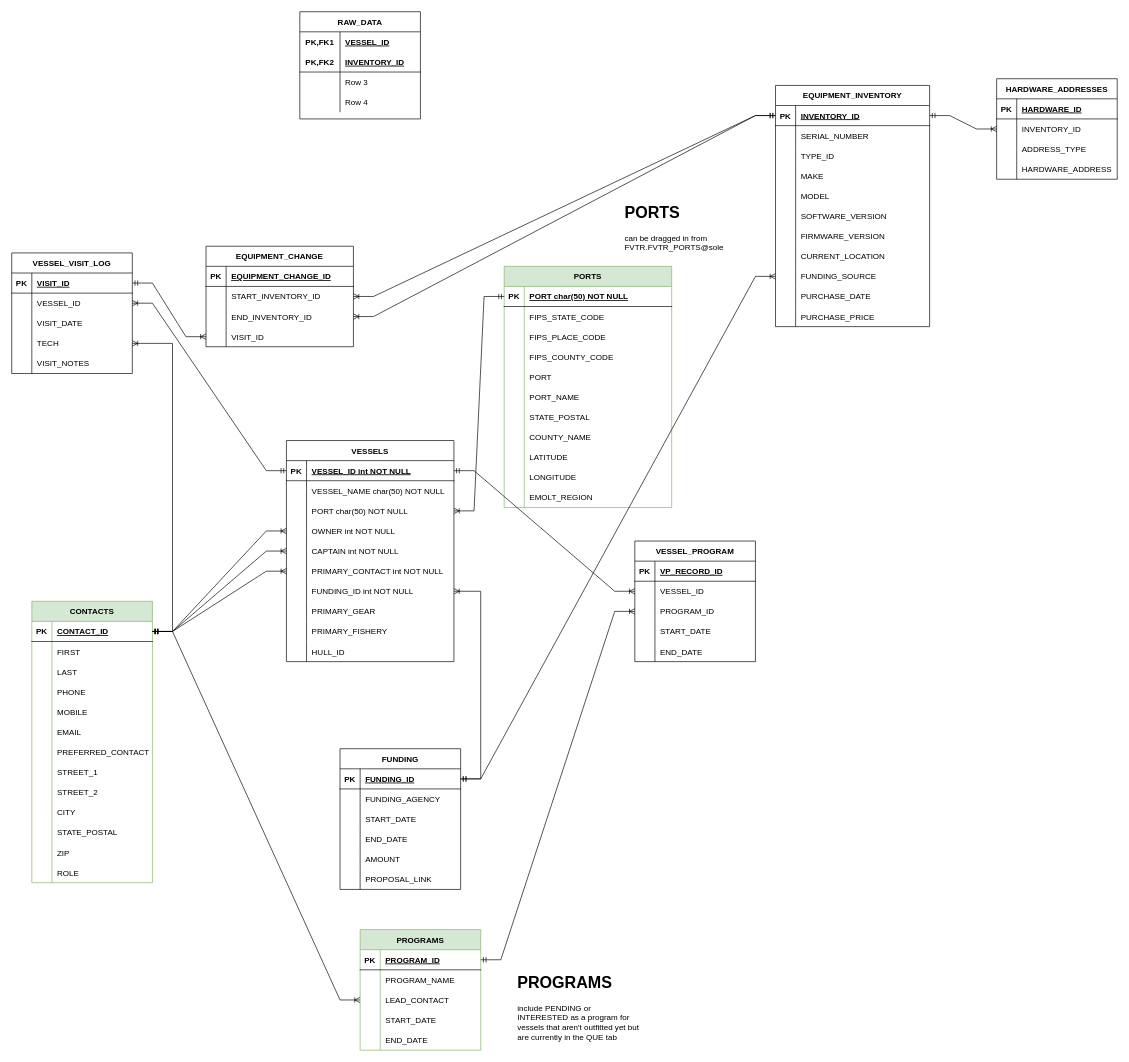
Earlier version of the draw.io diagram eMOLT.drawio (GMaynard1/emolt_project_management). Source tidied: cells renumbered, new cells numbered last; positions are measured from the earlier drawing's top-left corner, leaving out a move shared by most shapes. Both pictures are drawn from the tidied source at 67%, with x=0, y=0 at pixel (11, 11).
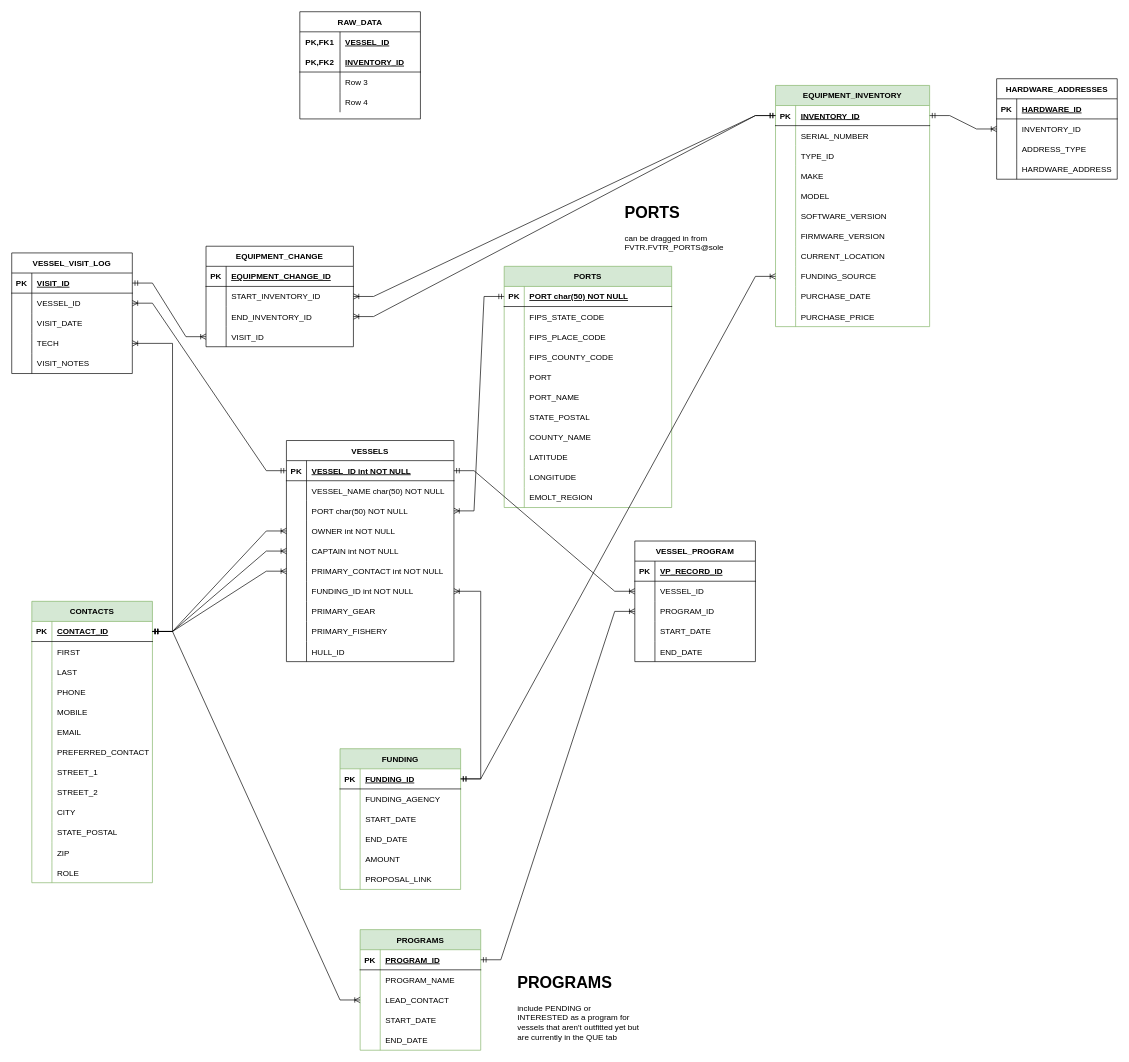
The same page after the edit.

What changed in the source:
```diff
@@
-    <mxCell id="128" value="FUNDING" style="shape=table;startSize=30;childLayout=tableLayout;rowLines=0;fontStyle=1;align=center;" parent="1" vertex="1">
+    <mxCell id="128" value="FUNDING" style="shape=table;startSize=30;childLayout=tableLayout;rowLines=0;fontStyle=1;align=center;fillColor=#d5e8d4;strokeColor=#82b366;" parent="1" vertex="1">
       <mxGeometry x="490" y="1100" width="180" height="210" as="geometry" />
     </mxCell>
@@
-    <mxCell id="179" value="EQUIPMENT_INVENTORY" style="shape=table;startSize=30;childLayout=tableLayout;rowLines=0;fontStyle=1;align=center;" parent="1" vertex="1">
+    <mxCell id="179" value="EQUIPMENT_INVENTORY" style="shape=table;startSize=30;childLayout=tableLayout;rowLines=0;fontStyle=1;align=center;fillColor=#d5e8d4;strokeColor=#82b366;" parent="1" vertex="1">
       <mxGeometry x="1140" y="110" width="230" height="360" as="geometry" />
     </mxCell>
```
